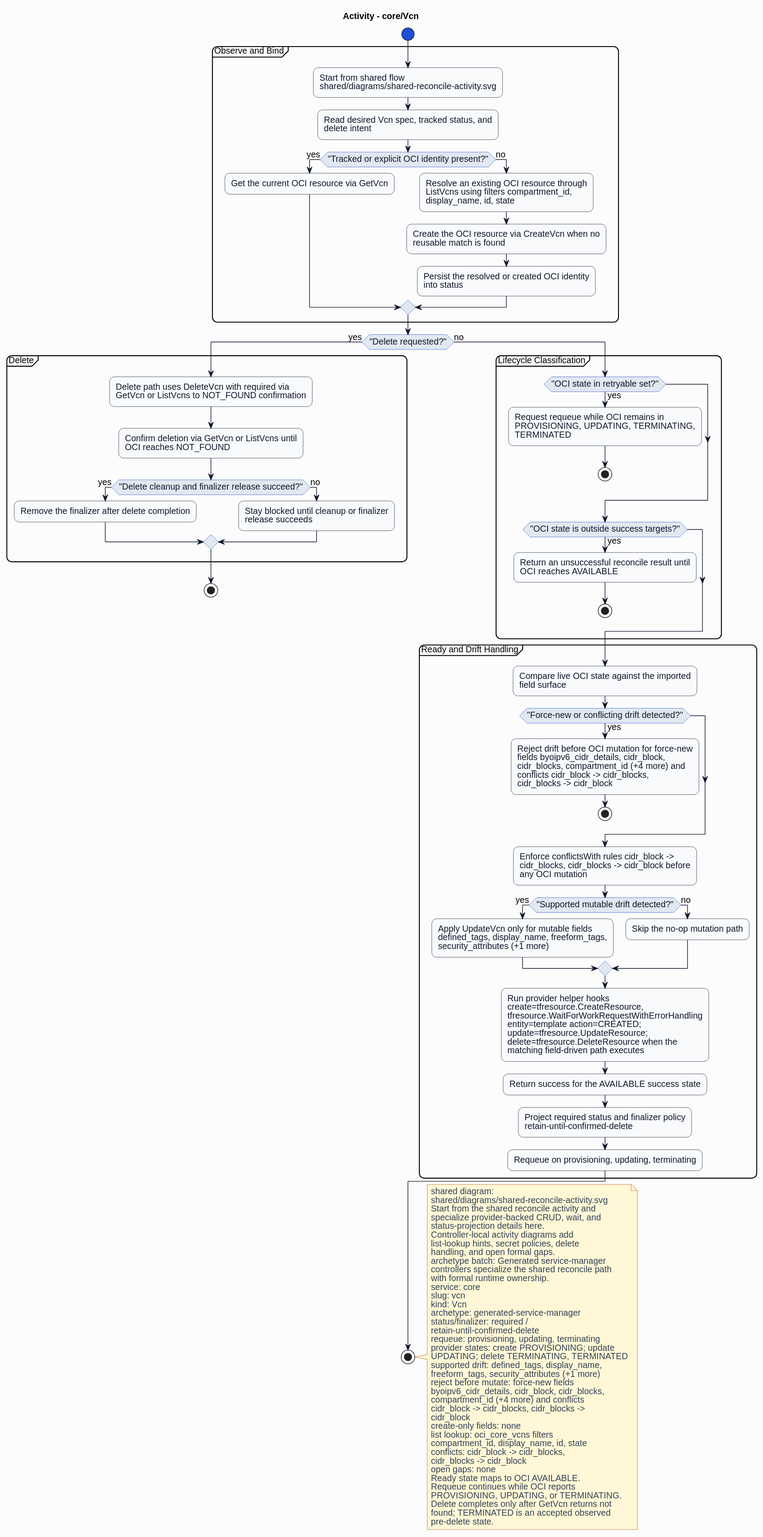
Before: formal/controllers/core/vcn/diagrams/activity.svg, a diagram exported from PlantUML (HaoyL666/oci-service-operator). Its diagram source:
```plantuml
@startuml
skinparam shadowing false
skinparam backgroundColor #fcfcfd
skinparam defaultFontName Helvetica
skinparam defaultFontSize 14
skinparam arrowColor #0f172a
skinparam noteBackgroundColor #fff7d6
skinparam noteBorderColor #b45309
skinparam noteFontColor #334155
skinparam roundcorner 16
title Activity - core/Vcn
skinparam activity {
  backgroundColor #f8fafc
  borderColor #0f172a
  fontColor #0f172a
  diamondBackgroundColor #e2e8f0
  diamondBorderColor #1d4ed8
  diamondFontColor #0f172a
  startColor #1d4ed8
  endColor #0f172a
  barColor #1d4ed8
}
start
partition "Observe and Bind" {
:Start from shared flow\nshared/diagrams/shared-reconcile-activity.svg;
:Read desired Vcn spec, tracked status, and\ndelete intent;
if ("Tracked or explicit OCI identity present?") then (yes)
:Get the current OCI resource via GetVcn;
else (no)
:Resolve an existing OCI resource through\nListVcns using filters compartment_id,\ndisplay_name, id, state;
:Create the OCI resource via CreateVcn when no\nreusable match is found;
:Persist the resolved or created OCI identity\ninto status;
endif
}
if ("Delete requested?") then (yes)
partition "Delete" {
:Delete path uses DeleteVcn with required via\nGetVcn or ListVcns to NOT_FOUND confirmation;
:Confirm deletion via GetVcn or ListVcns until\nOCI reaches NOT_FOUND;
if ("Delete cleanup and finalizer release succeed?") then (yes)
:Remove the finalizer after delete completion;
else (no)
:Stay blocked until cleanup or finalizer\nrelease succeeds;
endif
}
stop
else (no)
partition "Lifecycle Classification" {
if ("OCI state in retryable set?") then (yes)
:Request requeue while OCI remains in\nPROVISIONING, UPDATING, TERMINATING,\nTERMINATED;
stop
endif
if ("OCI state is outside success targets?") then (yes)
:Return an unsuccessful reconcile result until\nOCI reaches AVAILABLE;
stop
endif
}
partition "Ready and Drift Handling" {
:Compare live OCI state against the imported\nfield surface;
if ("Force-new or conflicting drift detected?") then (yes)
:Reject drift before OCI mutation for force-new\nfields byoipv6_cidr_details, cidr_block,\ncidr_blocks, compartment_id (+4 more) and\nconflicts cidr_block -> cidr_blocks,\ncidr_blocks -> cidr_block;
stop
endif
:Enforce conflictsWith rules cidr_block ->\ncidr_blocks, cidr_blocks -> cidr_block before\nany OCI mutation;
if ("Supported mutable drift detected?") then (yes)
:Apply UpdateVcn only for mutable fields\ndefined_tags, display_name, freeform_tags,\nsecurity_attributes (+1 more);
else (no)
:Skip the no-op mutation path;
endif
:Run provider helper hooks\ncreate=tfresource.CreateResource,\ntfresource.WaitForWorkRequestWithErrorHandling\nentity=template action=CREATED;\nupdate=tfresource.UpdateResource;\ndelete=tfresource.DeleteResource when the\nmatching field-driven path executes;
:Return success for the AVAILABLE success state;
:Project required status and finalizer policy\nretain-until-confirmed-delete;
:Requeue on provisioning, updating, terminating;
}
endif
stop
note right
shared diagram:
shared/diagrams/shared-reconcile-activity.svg
Start from the shared reconcile activity and
specialize provider-backed CRUD, wait, and
status-projection details here.
Controller-local activity diagrams add
list-lookup hints, secret policies, delete
handling, and open formal gaps.
archetype batch: Generated service-manager
controllers specialize the shared reconcile path
with formal runtime ownership.
service: core
slug: vcn
kind: Vcn
archetype: generated-service-manager
status/finalizer: required /
retain-until-confirmed-delete
requeue: provisioning, updating, terminating
provider states: create PROVISIONING; update
UPDATING; delete TERMINATING, TERMINATED
supported drift: defined_tags, display_name,
freeform_tags, security_attributes (+1 more)
reject before mutate: force-new fields
byoipv6_cidr_details, cidr_block, cidr_blocks,
compartment_id (+4 more) and conflicts
cidr_block -> cidr_blocks, cidr_blocks ->
cidr_block
create-only fields: none
list lookup: oci_core_vcns filters
compartment_id, display_name, id, state
conflicts: cidr_block -> cidr_blocks,
cidr_blocks -> cidr_block
open gaps: none
Ready state maps to OCI AVAILABLE.
Requeue continues while OCI reports
PROVISIONING, UPDATING, or TERMINATING.
Delete completes only after GetVcn returns not
found; TERMINATED is an accepted observed
pre-delete state.
end note
@enduml
```
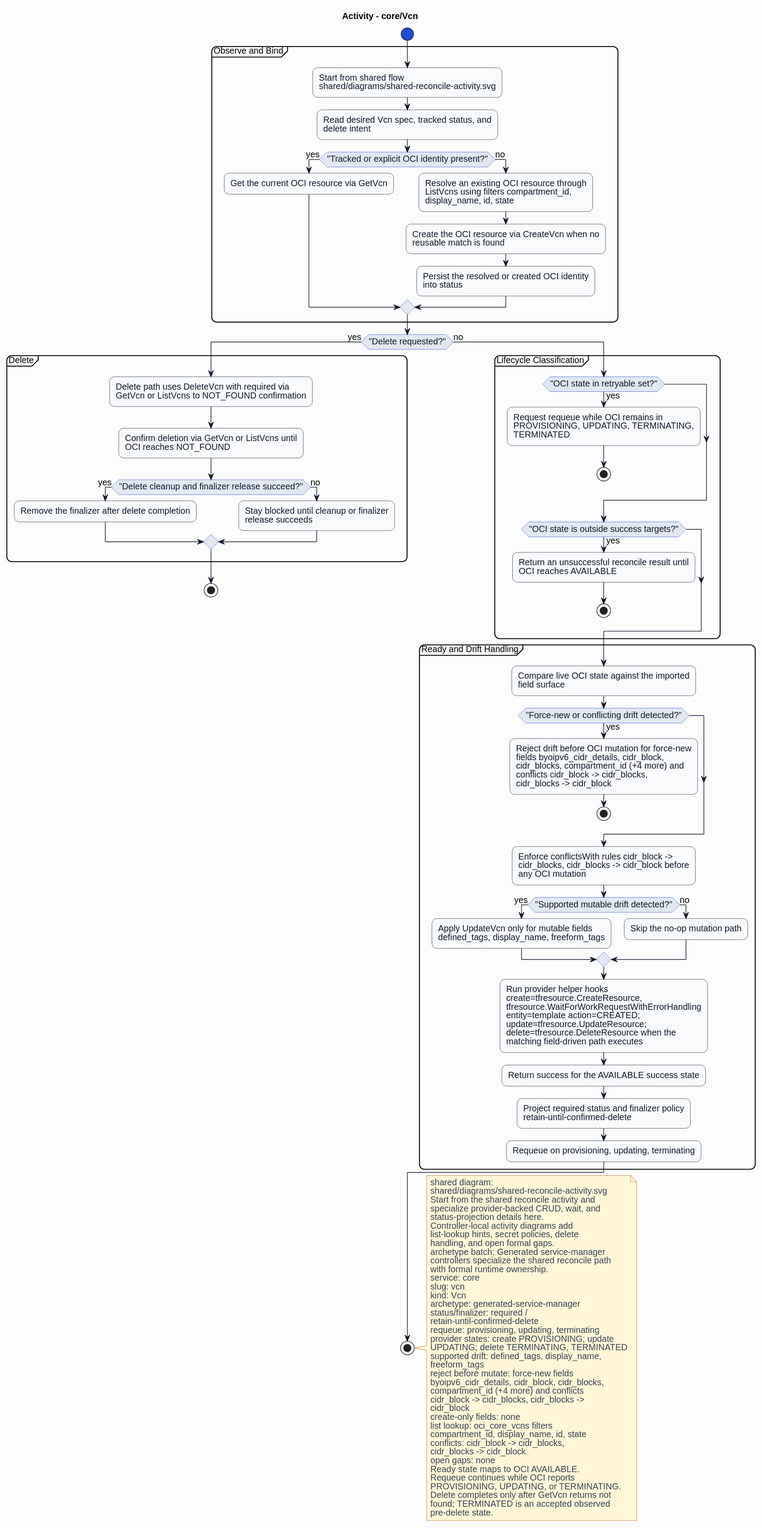
After the change.

Diff of the diagram source:
```diff
@@ -62,7 +62,7 @@
 endif
 :Enforce conflictsWith rules cidr_block ->\ncidr_blocks, cidr_blocks -> cidr_block before\nany OCI mutation;
 if ("Supported mutable drift detected?") then (yes)
-:Apply UpdateVcn only for mutable fields\ndefined_tags, display_name, freeform_tags,\nsecurity_attributes (+1 more);
+:Apply UpdateVcn only for mutable fields\ndefined_tags, display_name, freeform_tags;
 else (no)
 :Skip the no-op mutation path;
 endif
@@ -95,7 +95,7 @@
 provider states: create PROVISIONING; update
 UPDATING; delete TERMINATING, TERMINATED
 supported drift: defined_tags, display_name,
-freeform_tags, security_attributes (+1 more)
+freeform_tags
 reject before mutate: force-new fields
 byoipv6_cidr_details, cidr_block, cidr_blocks,
 compartment_id (+4 more) and conflicts
```
